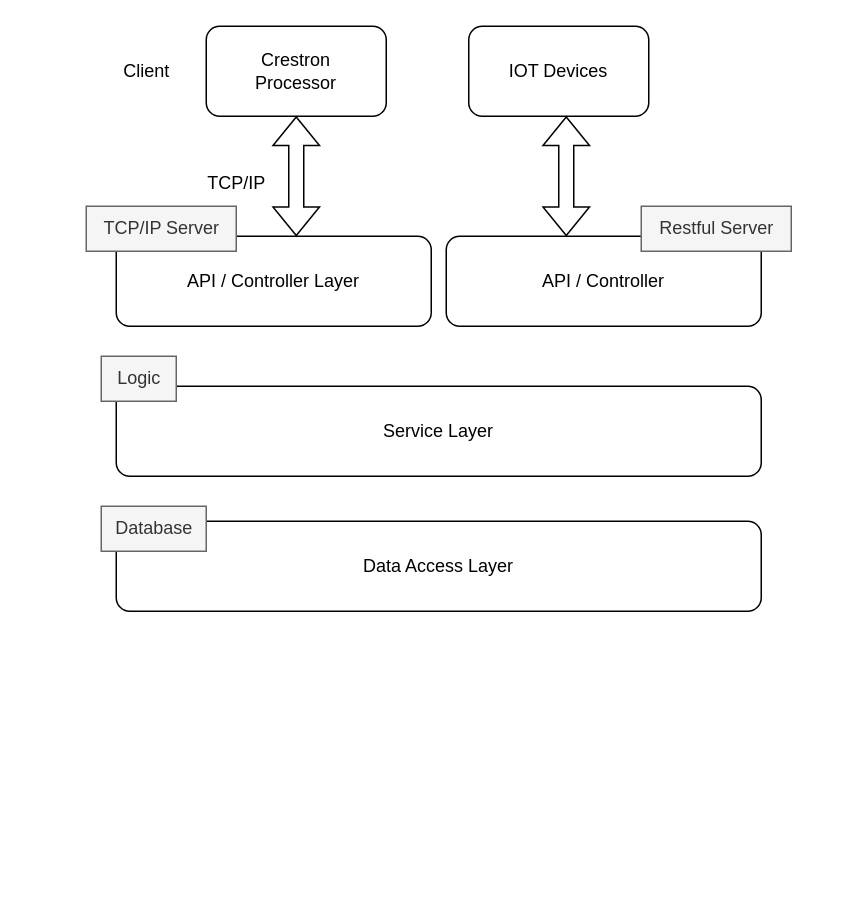
This is Untitled Diagram.drawio from nanoeric2010/control, a draw.io file, before an edit. Source tidied: cells renumbered, new cells numbered last; positions are measured from the earlier drawing's top-left corner, leaving out a move shared by most shapes. Both pictures are drawn from the tidied source at 150%, with x=0, y=0 at pixel (86, 26).
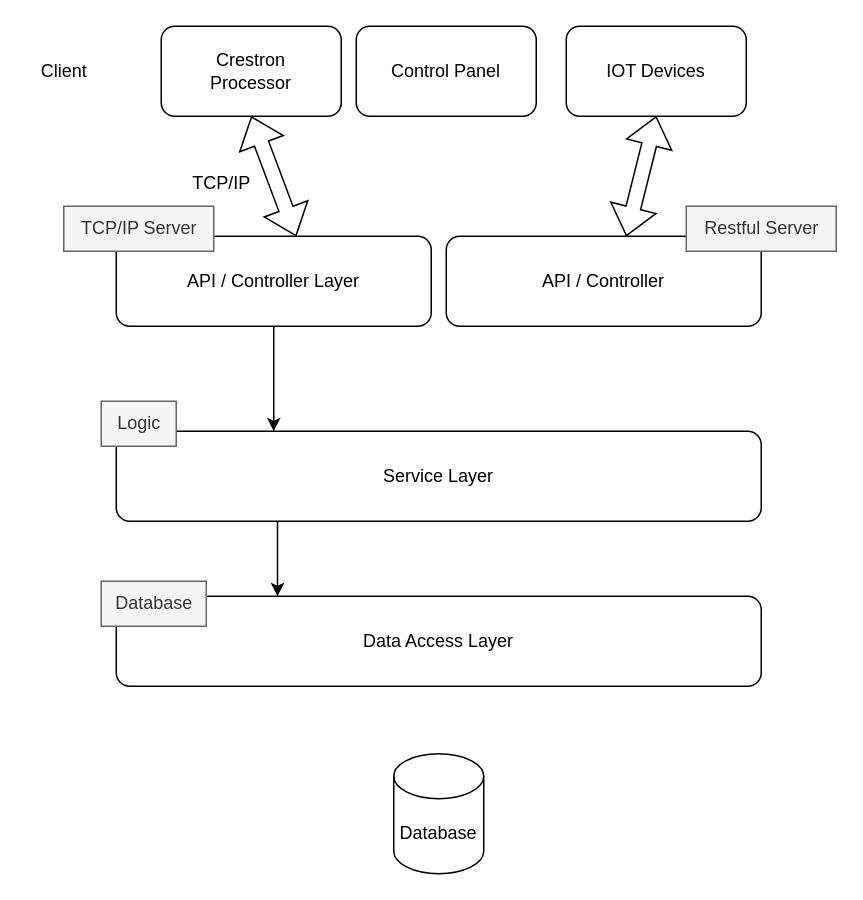
The same page after the edit.

Unchanged cells that the change refers to:
```xml
<mxCell id="4" value="API / Controller&amp;nbsp;Layer" style="rounded=1;whiteSpace=wrap;html=1;" parent="1" vertex="1">
  <mxGeometry x="20" y="140" width="210" height="60" as="geometry" />
</mxCell>
```

Diff of the diagram source:
```diff
@@
     <mxCell id="2" value="Crestron&lt;br&gt;Processor" style="rounded=1;whiteSpace=wrap;html=1;" parent="1" vertex="1">
-      <mxGeometry x="80" width="120" height="60" as="geometry" />
+      <mxGeometry x="50" width="120" height="60" as="geometry" />
     </mxCell>
     <mxCell id="3" value="IOT Devices" style="rounded=1;whiteSpace=wrap;html=1;" parent="1" vertex="1">
-      <mxGeometry x="255" width="120" height="60" as="geometry" />
+      <mxGeometry x="320" width="120" height="60" as="geometry" />
     </mxCell>
@@
     <mxCell id="6" value="TCP/IP" style="text;html=1;align=center;verticalAlign=middle;fillColor=none;strokeColor=none;rounded=0;" parent="1" vertex="1">
-      <mxGeometry x="70" y="90" width="60" height="30" as="geometry" />
+      <mxGeometry x="60" y="90" width="60" height="30" as="geometry" />
     </mxCell>
     <mxCell id="7" value="Service Layer" style="rounded=1;whiteSpace=wrap;html=1;" parent="1" vertex="1">
-      <mxGeometry x="20" y="240" width="430" height="60" as="geometry" />
+      <mxGeometry x="20" y="270" width="430" height="60" as="geometry" />
     </mxCell>
@@
-    <mxCell id="9" style="shape=flexArrow;endArrow=classic;startArrow=classic;html=1;rounded=0;entryX=0.5;entryY=1;entryDx=0;entryDy=0;" parent="1" edge="1">
+    <mxCell id="9" style="shape=flexArrow;endArrow=classic;startArrow=classic;html=1;rounded=0;entryX=0.5;entryY=1;entryDx=0;entryDy=0;" parent="1" edge="1" target="3">
       <mxGeometry relative="1" as="geometry">
-        <mxPoint x="320" y="140" as="sourcePoint" />
-        <mxPoint x="320" y="60" as="targetPoint" />
+        <mxPoint x="360" y="140" as="sourcePoint" />
       </mxGeometry>
     </mxCell>
     <mxCell id="10" value="Client" style="text;html=1;align=center;verticalAlign=middle;fillColor=none;strokeColor=none;rounded=0;" parent="1" vertex="1">
-      <mxGeometry x="15" y="15" width="50" height="30" as="geometry" />
+      <mxGeometry x="-40" y="15" width="50" height="30" as="geometry" />
     </mxCell>
     <mxCell id="11" value="TCP/IP Server" style="text;html=1;align=center;verticalAlign=middle;rounded=0;fillColor=#f5f5f5;fontColor=#333333;strokeColor=#666666;" parent="1" vertex="1">
-      <mxGeometry y="120" width="100" height="30" as="geometry" />
+      <mxGeometry x="-15" y="120" width="100" height="30" as="geometry" />
     </mxCell>
     <mxCell id="12" value="Data Access Layer" style="rounded=1;whiteSpace=wrap;html=1;" parent="1" vertex="1">
-      <mxGeometry x="20" y="330" width="430" height="60" as="geometry" />
+      <mxGeometry x="20" y="380" width="430" height="60" as="geometry" />
     </mxCell>
     <mxCell id="13" value="Restful Server" style="text;html=1;align=center;verticalAlign=middle;rounded=0;fillColor=#f5f5f5;fontColor=#333333;strokeColor=#666666;" parent="1" vertex="1">
-      <mxGeometry x="370" y="120" width="100" height="30" as="geometry" />
+      <mxGeometry x="400" y="120" width="100" height="30" as="geometry" />
     </mxCell>
     <mxCell id="14" value="Logic" style="text;html=1;align=center;verticalAlign=middle;rounded=0;fillColor=#f5f5f5;fontColor=#333333;strokeColor=#666666;" parent="1" vertex="1">
-      <mxGeometry x="10" y="220" width="50" height="30" as="geometry" />
+      <mxGeometry x="10" y="250" width="50" height="30" as="geometry" />
     </mxCell>
     <mxCell id="15" value="Database" style="text;html=1;align=center;verticalAlign=middle;rounded=0;fillColor=#f5f5f5;fontColor=#333333;strokeColor=#666666;" parent="1" vertex="1">
-      <mxGeometry x="10" y="320" width="70" height="30" as="geometry" />
+      <mxGeometry x="10" y="370" width="70" height="30" as="geometry" />
     </mxCell>
+    <mxCell id="16" value="Database" style="shape=cylinder3;whiteSpace=wrap;html=1;boundedLbl=1;backgroundOutline=1;size=15;" parent="1" vertex="1">
+      <mxGeometry x="205" y="485" width="60" height="80" as="geometry" />
+    </mxCell>
+    <mxCell id="17" style="endArrow=classic;html=1;rounded=0;exitX=0.5;exitY=1;exitDx=0;exitDy=0;" parent="1" edge="1" source="4">
+      <mxGeometry relative="1" as="geometry">
+        <mxPoint x="125" y="270" as="targetPoint" />
+      </mxGeometry>
+    </mxCell>
+    <mxCell id="18" value="Control Panel" style="rounded=1;whiteSpace=wrap;html=1;" parent="1" vertex="1">
+      <mxGeometry x="180" width="120" height="60" as="geometry" />
+    </mxCell>
+    <mxCell id="19" style="endArrow=classic;html=1;rounded=0;exitX=0.25;exitY=1;exitDx=0;exitDy=0;entryX=0.25;entryY=0;entryDx=0;entryDy=0;" parent="1" edge="1" source="7" target="12">
+      <mxGeometry relative="1" as="geometry" />
+    </mxCell>
```
